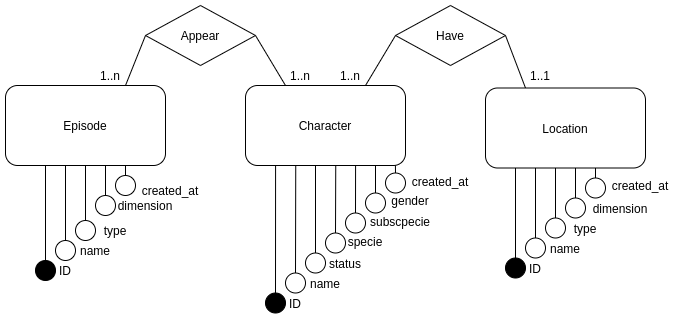
This is database/documentation/entity-relationship-diagram/erd.png from Dellonath/ricknmorty-database-modelling, a draw.io export, as it was before one commit. Source tidied: cells renumbered, new cells last; positions are measured from the earlier drawing's top-left corner, leaving out a move shared by most shapes.
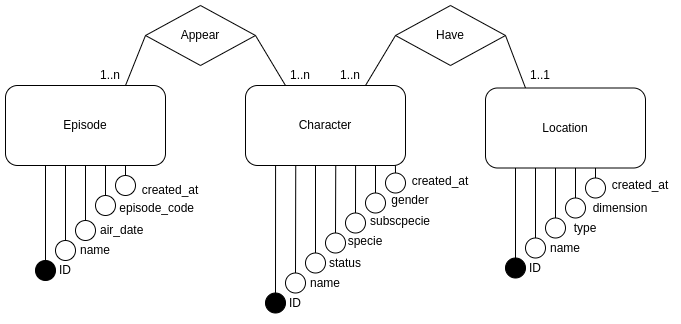
Later version of the same file.

Commit message:
Correction of erd

Correction of wrong attributes in Episode table

Diff of the diagram source:
```diff
@@ -34,11 +34,11 @@
     <mxCell id="11" value="name" style="text;html=1;strokeColor=none;fillColor=none;align=center;verticalAlign=middle;whiteSpace=wrap;rounded=0;" parent="1" vertex="1">
       <mxGeometry x="60" y="230" width="60" height="30" as="geometry" />
     </mxCell>
-    <mxCell id="12" value="type" style="text;html=1;strokeColor=none;fillColor=none;align=center;verticalAlign=middle;whiteSpace=wrap;rounded=0;" parent="1" vertex="1">
+    <mxCell id="12" value="&amp;nbsp; &amp;nbsp; air_date" style="text;html=1;strokeColor=none;fillColor=none;align=center;verticalAlign=middle;whiteSpace=wrap;rounded=0;" parent="1" vertex="1">
       <mxGeometry x="70" y="210" width="80" height="30" as="geometry" />
     </mxCell>
-    <mxCell id="13" value="dimension" style="text;html=1;strokeColor=none;fillColor=none;align=center;verticalAlign=middle;whiteSpace=wrap;rounded=0;" parent="1" vertex="1">
-      <mxGeometry x="110" y="185" width="60" height="30" as="geometry" />
+    <mxCell id="13" value="&amp;nbsp;episode_code" style="text;html=1;strokeColor=none;fillColor=none;align=center;verticalAlign=middle;whiteSpace=wrap;rounded=0;" parent="1" vertex="1">
+      <mxGeometry x="110" y="185" width="80" height="35" as="geometry" />
     </mxCell>
     <mxCell id="14" value="created_at" style="text;html=1;strokeColor=none;fillColor=none;align=center;verticalAlign=middle;whiteSpace=wrap;rounded=0;" parent="1" vertex="1">
       <mxGeometry x="130" y="170" width="70" height="30" as="geometry" />
```
